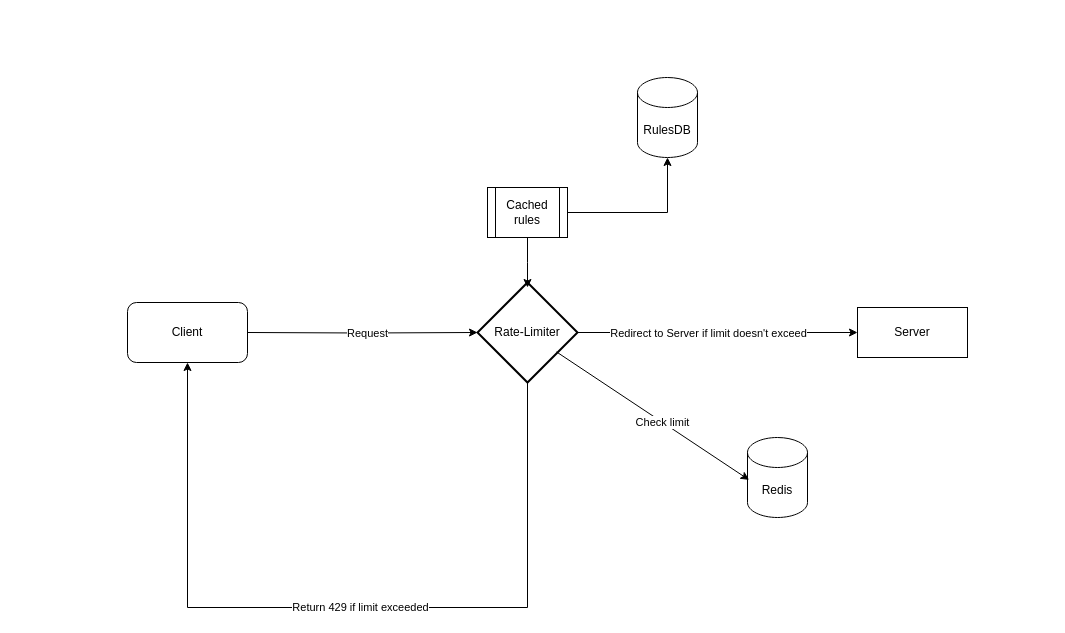
Before: rate-limiter-schema.drawio in shyss18/rate-limiter, a draw.io diagram. Source tidied: cells renumbered, new cells numbered last; positions are measured from the earlier drawing's top-left corner, leaving out a move shared by most shapes. Both pictures are drawn from the tidied source at 100%, with x=0, y=0 at pixel (127, 77).
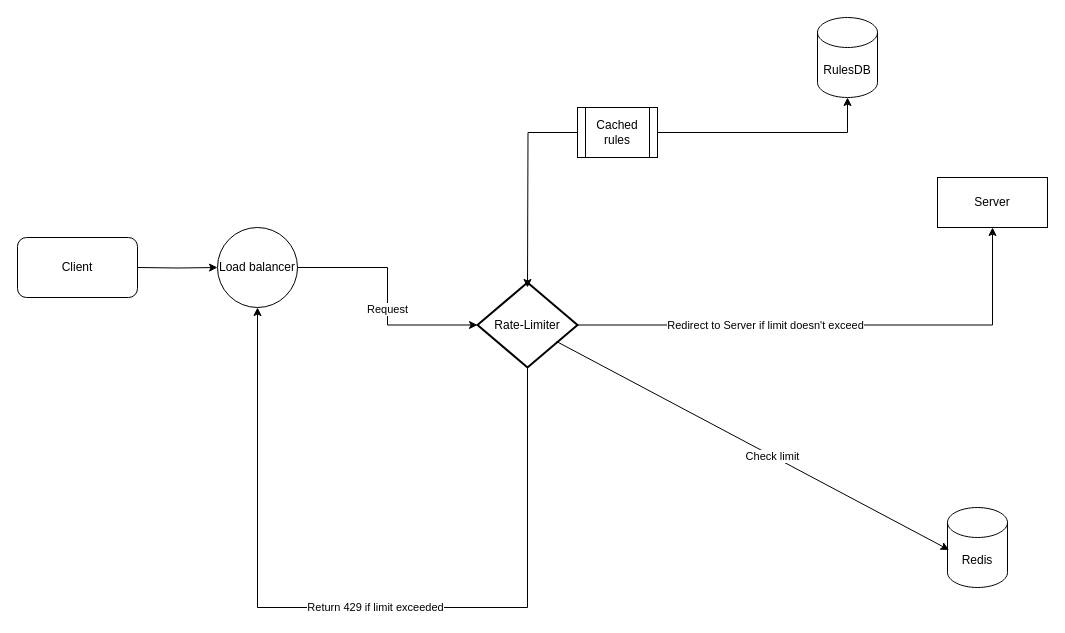
After the change.

The edit, as a diff of the source:
```diff
@@
     <mxCell id="2" value="Server" style="html=1;whiteSpace=wrap;" parent="1" vertex="1">
-      <mxGeometry x="730" y="230" width="110" height="50" as="geometry" />
+      <mxGeometry x="810" y="100" width="110" height="50" as="geometry" />
     </mxCell>
@@
-    <mxCell id="5" style="edgeStyle=orthogonalEdgeStyle;rounded=0;jettySize=auto;html=1;entryX=0.5;entryY=1;entryDx=0;entryDy=0;" parent="1" edge="1" source="7" target="10">
+    <mxCell id="5" style="edgeStyle=orthogonalEdgeStyle;rounded=0;jettySize=auto;html=1;entryX=0.5;entryY=1;entryDx=0;entryDy=0;" parent="1" edge="1" source="7" target="19">
       <mxGeometry relative="1" as="geometry">
         <Array as="points">
           <mxPoint x="400" y="530" />
-          <mxPoint x="60" y="530" />
+          <mxPoint x="130" y="530" />
         </Array>
       </mxGeometry>
     </mxCell>
@@
     <mxCell id="7" value="Rate-Limiter" style="strokeWidth=2;html=1;shape=mxgraph.flowchart.decision;whiteSpace=wrap;" parent="1" vertex="1">
-      <mxGeometry x="350" y="205" width="100" height="100" as="geometry" />
+      <mxGeometry x="350" y="205" width="100" height="85" as="geometry" />
     </mxCell>
-    <mxCell id="8" style="edgeStyle=orthogonalEdgeStyle;rounded=0;jettySize=auto;html=1;entryX=0;entryY=0.5;entryDx=0;entryDy=0;entryPerimeter=0;" parent="1" edge="1" target="7">
-      <mxGeometry relative="1" as="geometry">
-        <mxPoint x="120" y="255" as="sourcePoint" />
-      </mxGeometry>
+    <mxCell id="8" style="edgeStyle=orthogonalEdgeStyle;rounded=0;jettySize=auto;html=1;entryX=0;entryY=0.5;entryDx=0;entryDy=0;entryPerimeter=0;" parent="1" edge="1" source="19" target="7">
+      <mxGeometry relative="1" as="geometry" />
     </mxCell>
@@
     <mxCell id="10" value="Client" style="rounded=1;whiteSpace=wrap;html=1;" parent="1" vertex="1">
-      <mxGeometry y="225" width="120" height="60" as="geometry" />
+      <mxGeometry x="-110" y="160" width="120" height="60" as="geometry" />
     </mxCell>
     <mxCell id="11" value="Redis" style="shape=cylinder3;whiteSpace=wrap;html=1;boundedLbl=1;backgroundOutline=1;size=15;" parent="1" vertex="1">
-      <mxGeometry x="620" y="360" width="60" height="80" as="geometry" />
+      <mxGeometry x="820" y="430" width="60" height="80" as="geometry" />
     </mxCell>
@@
     <mxCell id="15" value="Cached rules" style="shape=process;whiteSpace=wrap;html=1;backgroundOutline=1;" parent="1" vertex="1">
-      <mxGeometry x="360" y="110" width="80" height="50" as="geometry" />
+      <mxGeometry x="450" y="30" width="80" height="50" as="geometry" />
     </mxCell>
@@
     <mxCell id="17" value="RulesDB" style="shape=cylinder3;whiteSpace=wrap;html=1;boundedLbl=1;backgroundOutline=1;size=15;" parent="1" vertex="1">
-      <mxGeometry x="510" width="60" height="80" as="geometry" />
+      <mxGeometry x="690" y="-60" width="60" height="80" as="geometry" />
     </mxCell>
+    <mxCell id="18" style="edgeStyle=orthogonalEdgeStyle;rounded=0;jettySize=auto;html=1;entryX=0;entryY=0.5;entryDx=0;entryDy=0;entryPerimeter=0;" parent="1" edge="1" target="19">
+      <mxGeometry relative="1" as="geometry">
+        <mxPoint x="10" y="190" as="sourcePoint" />
+      </mxGeometry>
+    </mxCell>
+    <mxCell id="19" value="Load balancer" style="ellipse;whiteSpace=wrap;html=1;" parent="1" vertex="1">
+      <mxGeometry x="90" y="150" width="80" height="80" as="geometry" />
+    </mxCell>
```
